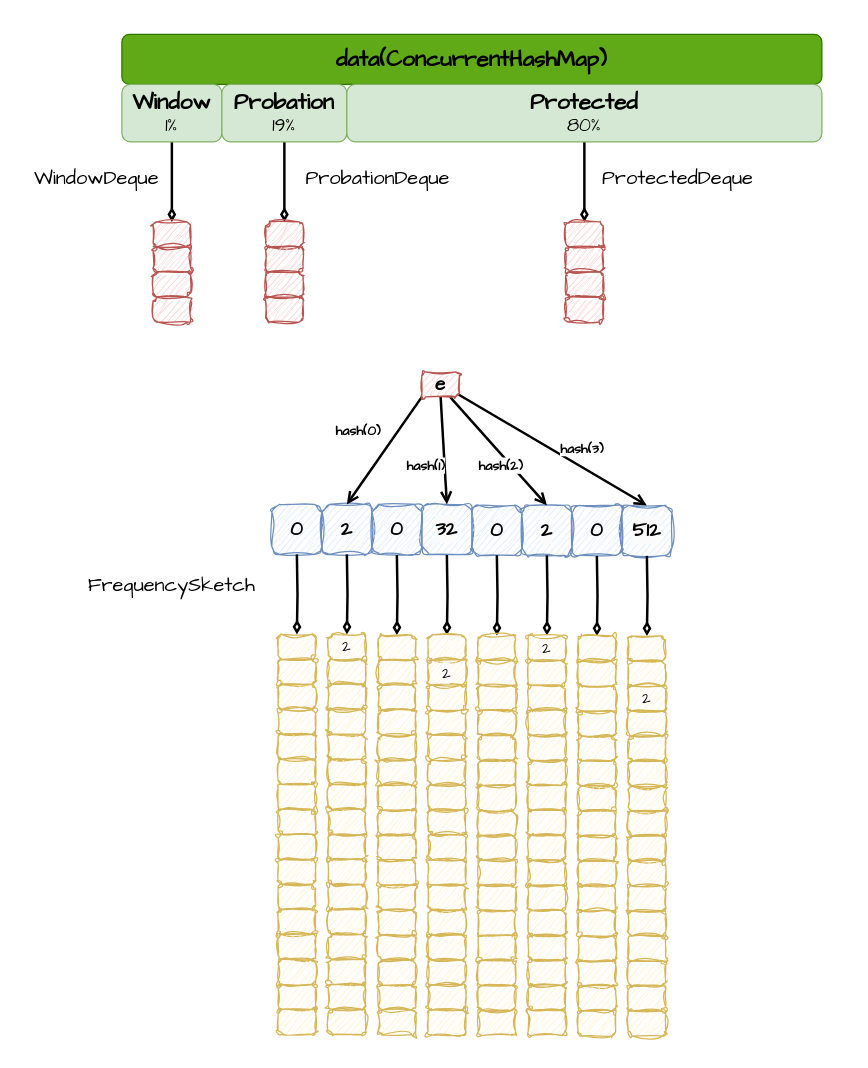
Earlier version of the draw.io diagram page "第 1 页" (1 of 5) of src/main/resources/coffeine/caffeine.drawio (FangYuan33/how-much-do-you-know-about-cache). Source tidied: cells renumbered, new cells numbered last; positions are measured from the earlier drawing's top-left corner, leaving out a move shared by most shapes. Both pictures are drawn from the tidied source at 125%, with x=0, y=0 at pixel (21, 21).
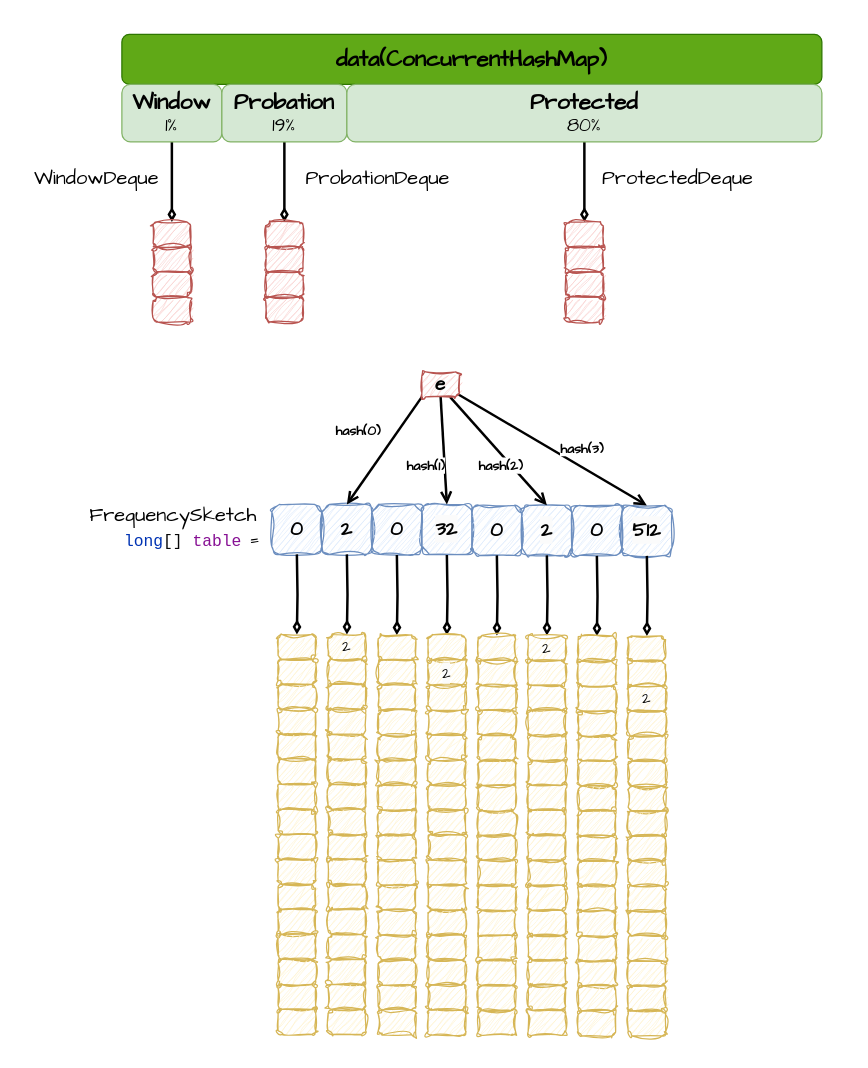
Above is the later version.

Diff of the diagram source:
```diff
@@
-    <mxCell id="25" value="&lt;font face=&quot;Comic Sans MS&quot; style=&quot;font-size: 16px;&quot;&gt;FrequencySketch&lt;/font&gt;" style="text;html=1;strokeColor=none;fillColor=none;align=center;verticalAlign=middle;whiteSpace=wrap;rounded=0;" parent="1" vertex="1">
-      <mxGeometry x="50" y="436" width="140" height="30" as="geometry" />
-    </mxCell>
@@
+    <mxCell id="179" value="&lt;font face=&quot;Comic Sans MS&quot; style=&quot;font-size: 16px;&quot;&gt;FrequencySketch&amp;nbsp;&lt;/font&gt;&lt;div&gt;&lt;span style=&quot;font-family: &amp;quot;JetBrains Mono&amp;quot;, monospace; font-size: 9.8pt; background-color: rgb(255, 255, 255); color: rgb(0, 51, 179);&quot;&gt;&amp;nbsp; &amp;nbsp;long&lt;/span&gt;&lt;span style=&quot;font-family: &amp;quot;JetBrains Mono&amp;quot;, monospace; font-size: 9.8pt; background-color: rgb(255, 255, 255); color: rgb(8, 8, 8);&quot;&gt;[] &lt;/span&gt;&lt;span style=&quot;font-family: &amp;quot;JetBrains Mono&amp;quot;, monospace; font-size: 9.8pt; background-color: rgb(255, 255, 255); color: rgb(135, 16, 148);&quot;&gt;table&lt;/span&gt;&lt;span style=&quot;background-color: rgb(255, 255, 255); font-size: 16px;&quot;&gt;&lt;font style=&quot;&quot; face=&quot;Comic Sans MS&quot;&gt;&lt;font color=&quot;#871094&quot;&gt;&amp;nbsp;&lt;/font&gt;=&lt;/font&gt;&lt;/span&gt;&lt;/div&gt;" style="text;html=1;strokeColor=none;fillColor=none;align=center;verticalAlign=middle;whiteSpace=wrap;rounded=0;" parent="1" vertex="1">
+      <mxGeometry x="23.8" y="386" width="201.2" height="38.8" as="geometry" />
+    </mxCell>
```
